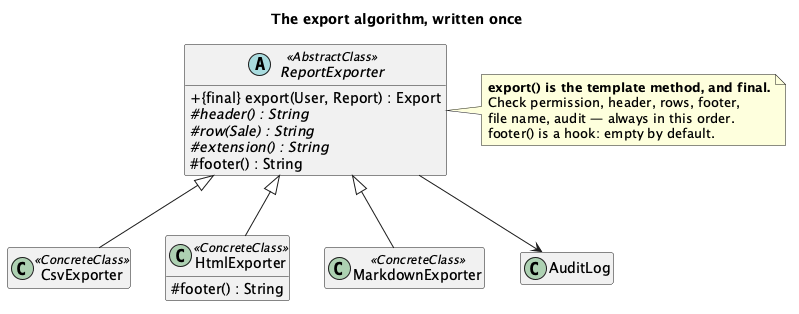
Before: src/main/java/dev/kaldiroglu/dp/behavioral/templateMethod/export/uml/Template Method - Export (Solution) - Class Diagram.png, a diagram exported from PlantUML (kaldiroglu/DesignPatternsWithJava). Source of this version:
```plantuml
@startuml "Template Method - Export (Solution) - Class Diagram"
skinparam classAttributeIconSize 0
hide empty members
title The export algorithm, written once

abstract class ReportExporter <<AbstractClass>> {
  + {final} export(User, Report) : Export
  # {abstract} header() : String
  # {abstract} row(Sale) : String
  # {abstract} extension() : String
  # footer() : String
}
class CsvExporter <<ConcreteClass>>
class HtmlExporter <<ConcreteClass>> {
  # footer() : String
}
class MarkdownExporter <<ConcreteClass>>
class AuditLog

ReportExporter <|-- CsvExporter
ReportExporter <|-- HtmlExporter
ReportExporter <|-- MarkdownExporter
ReportExporter --> AuditLog

note right of ReportExporter
  <b>export() is the template method, and final.</b>
  Check permission, header, rows, footer,
  file name, audit — always in this order.
  footer() is a hook: empty by default.
end note
@enduml
```
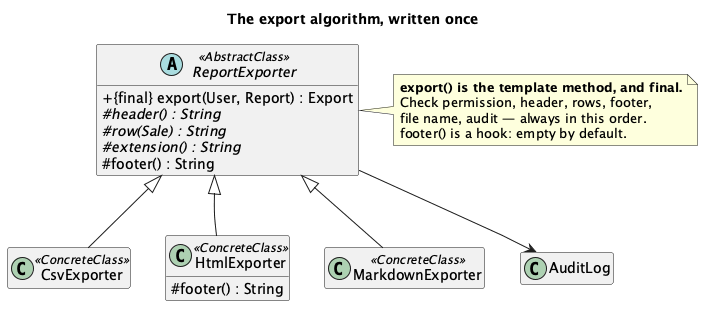
The same file after the commit.

Change to the diagram source:
```diff
@@ -1,4 +1,5 @@
-@startuml "Template Method - Export (Solution) - Class Diagram"
+@startuml
+skinparam linetype polyline
 skinparam classAttributeIconSize 0
 hide empty members
 title The export algorithm, written once
@@ -20,7 +21,6 @@
 ReportExporter <|-- CsvExporter
 ReportExporter <|-- HtmlExporter
 ReportExporter <|-- MarkdownExporter
-ReportExporter --> AuditLog
 
 note right of ReportExporter
   <b>export() is the template method, and final.</b>
@@ -28,4 +28,6 @@
   file name, audit — always in this order.
   footer() is a hook: empty by default.
 end note
+ReportExporter --> AuditLog
+ReportExporter -[hidden]- HtmlExporter
 @enduml
```
